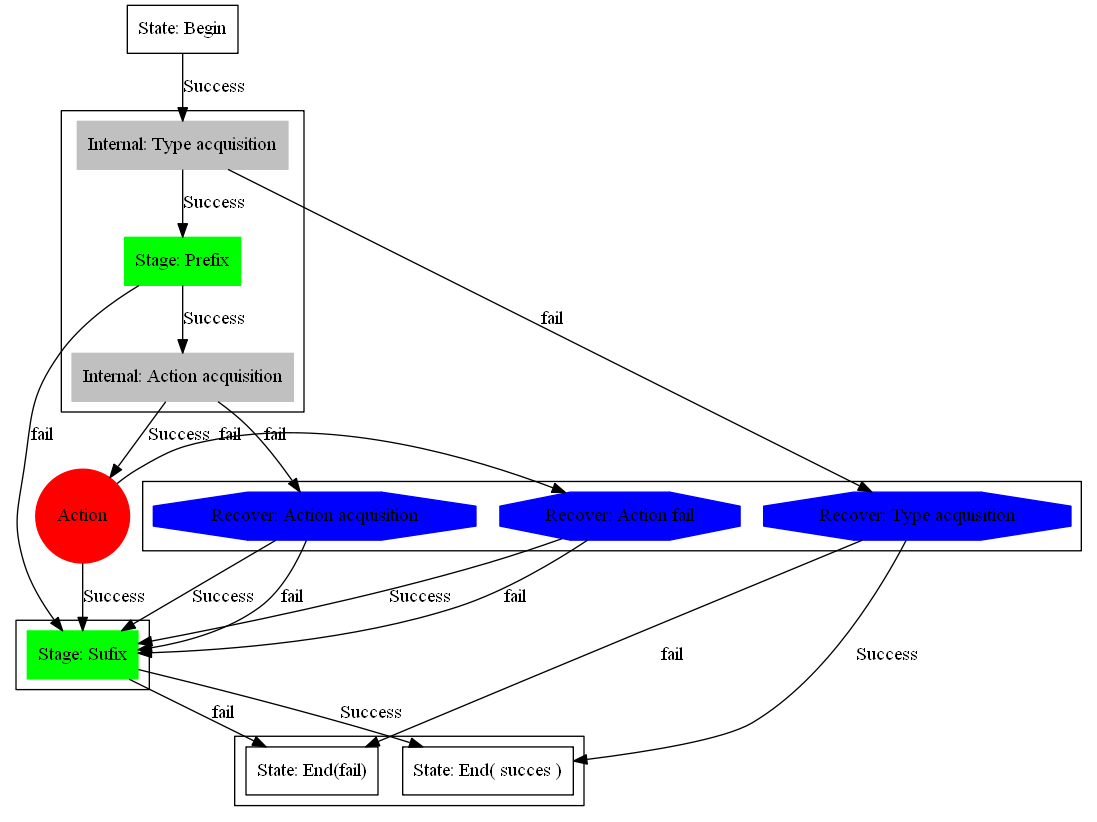
Earlier version of the Graphviz export doc/gv/serialization_property.png (dmilos/reflection). Its source is kept beside it as doc/gv/serialization_property.gv.
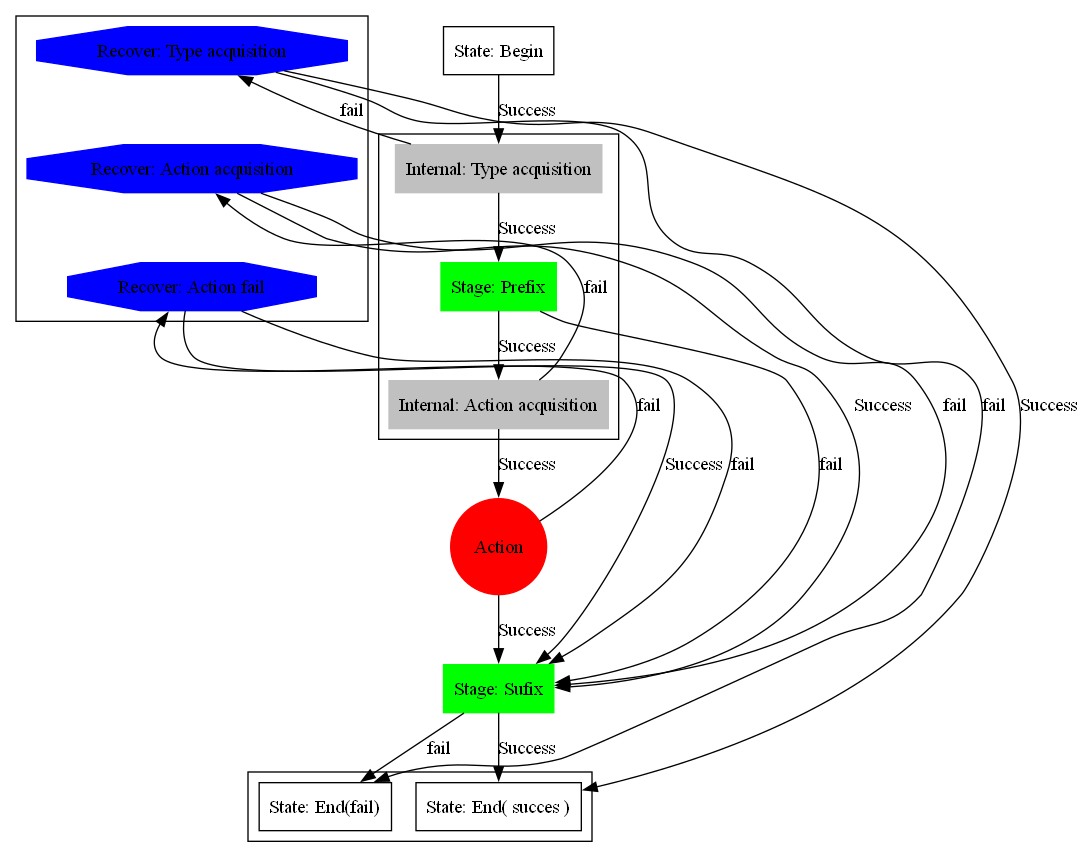
The same file after the commit.

The edit, as a diff of the source:
```diff
@@ -1,5 +1,4 @@
 digraph stages_of_serialization{
-
 
     prefix         [shape = box,    style=filled, color=green, label="Stage: Prefix"];
     suffix         [shape = box,    style=filled, color=green, label="Stage: Sufix"];
@@ -16,68 +15,55 @@
     END_fail[shape = box, label="State: End(fail)" ];
     END_success[shape = box, label="State: End( succes )" ];
 
-    BEGIN -> check_type[ label = "Success", dir=forward, weight="1000"  ];
+    BEGIN -> check_type[ label = "Success", dir=forward,  ];
 
-    check_type  -> prefix  [ label = "Success", dir=forward, weight="1000"  ];
-    check_type  -> fail_type  [ label = "fail", dir=forward  ];
+    check_type  -> prefix     [ label = "Success", dir=forward   ];
+    check_type  -> fail_type  [ label = "fail",    dir=forward  constraint=false ];
 
-    prefix  -> find_action  [ label = "Success", dir=forward, weight="1000"  ];
-    prefix  -> suffix       [ label = "fail", dir=forward  ];
+    prefix  -> find_action  [ label = "Success", dir=forward   ];
+    prefix  -> suffix       [ label = "fail",    dir=forward  constraint=false ];
 
-    find_action ->fail_no_action [ label = "fail", dir=forward  ];
-    find_action ->ACTION [ label = "Success", dir=forward  ];
+    find_action ->ACTION         [ label = "Success",  dir=forward  ];
+    find_action ->fail_no_action [ label = "fail",     dir=forward  constraint=false ];
 
-    ACTION  -> fail_action  [ label = "fail", dir=forward  ];
-    ACTION  -> suffix  [ label = "Success", dir=forward , weight="1501" ];
+    ACTION  -> suffix       [ label = "Success", dir=forward ];
+    ACTION  -> fail_action  [ label = "fail",    dir=forward constraint=false ];
 
-    fail_type -> END_success[   label = "Success", dir=forward  ];
-    fail_type -> END_fail[ label = "fail", dir=forward  ];
+    fail_type -> END_success[    label = "Success", dir=forward constraint=false ];
+    fail_type -> END_fail[       label = "fail",    dir=forward  constraint=false ];
 
-    fail_action -> suffix[ label = "Success", dir=forward  ];
-    fail_action -> suffix[ label = "fail", dir=forward  ];
+    fail_action -> suffix[ label = "Success", dir=forward      constraint=false ];
+    fail_action -> suffix[ label = "fail",    dir=forward     constraint=false ];
 
-    fail_no_action-> suffix[   label = "Success", dir=forward  ];
-    fail_no_action-> suffix[      label = "fail", dir=forward  ];
+    fail_no_action-> suffix[ label = "Success", dir=forward  constraint=false ];
+    fail_no_action-> suffix[ label = "fail",    dir=forward  constraint=false ];
 
-    suffix-> END_fail[ label = "fail", dir=forward  ];
     suffix-> END_success[ label = "Success", dir=forward  ];
+    suffix-> END_fail[    label = "fail",    dir=forward  constraint=false ];
+
+    fail_type      -> fail_no_action[ label = "", dir=forward  style=invis ];
+    fail_no_action -> fail_action[    label = "", dir=forward  style=invis ];
+
 
     subgraph cluster_before
     {
         rankdir=TB
-        rank=same;
         node [ ] prefix   ;
         node [ ] find_action   ;
         node [ ] check_type     ;
     }
 
-
-    subgraph cluster_after
-    {
-        rankdir=TB;
-        rank=same;
-        node [ ] suffix   ;
-    }
-
-     subgraph cluster_recover
+    subgraph cluster_FAILs
      {
-         rank=same
-         rankdir=TB
+         rank=TB;
          node [ ] fail_type
          node [ ] fail_action
          node [ ] fail_no_action
      }
 
-    subgraph cluster_end
-    {
-        rankdir=TB
-        rank=source
-    }
-
     subgraph cluster_TheEnd
     {
         rankdir=TB;
-        rank=same;
         node [ ] END_fail;
         node [ ] END_success;
     }
```
